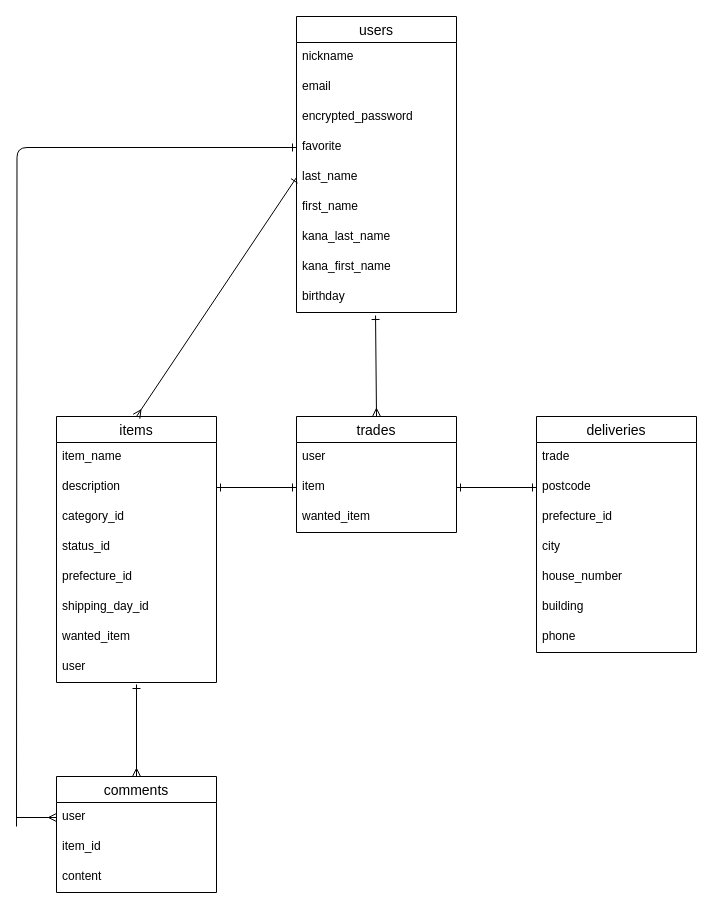
This is happy_trade.dio from umeskayame/happytrade, a draw.io file, before an edit. Source tidied: cells renumbered, new cells numbered last; positions are measured from the earlier drawing's top-left corner, leaving out a move shared by most shapes. Both pictures are drawn from the tidied source at 100%, with x=0, y=0 at pixel (16, 16).
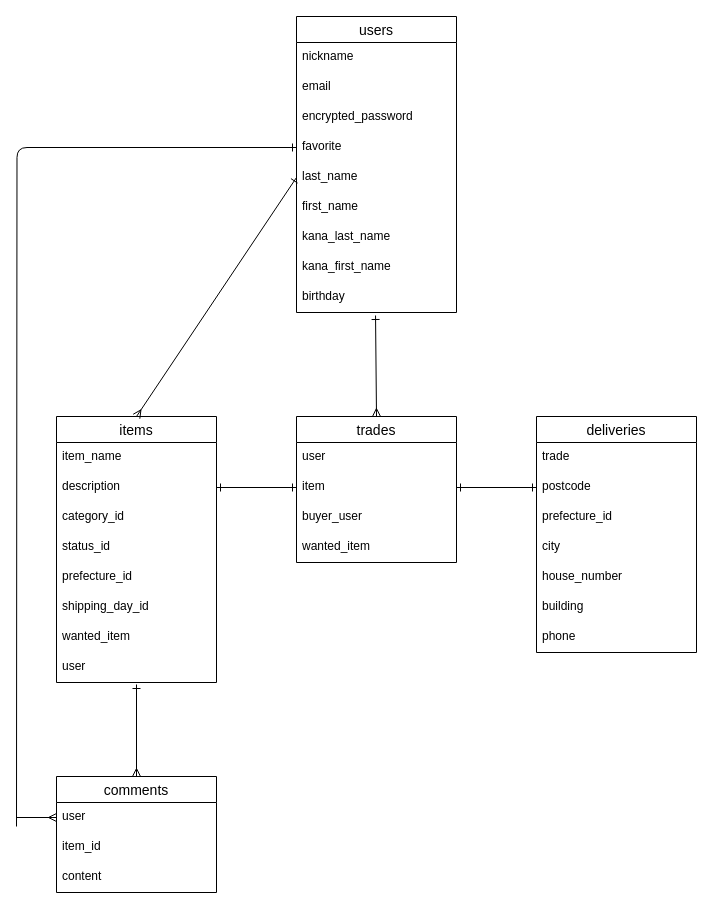
The same diagram, later.

The edit, as a diff of the source:
```diff
@@
     <mxCell id="22" value="trades" style="swimlane;fontStyle=0;horizontal=1;startSize=26;align=center;fontSize=14;" parent="1" vertex="1">
-      <mxGeometry x="280" y="400" width="160" height="116" as="geometry" />
+      <mxGeometry x="280" y="400" width="160" height="146" as="geometry" />
     </mxCell>
@@
+    <mxCell id="44" value="buyer_user" style="text;strokeColor=none;fillColor=none;spacingLeft=4;spacingRight=4;overflow=hidden;fontSize=12;" parent="22" vertex="1">
+      <mxGeometry y="86" width="160" height="30" as="geometry" />
+    </mxCell>
     <mxCell id="25" value="wanted_item" style="text;strokeColor=none;fillColor=none;spacingLeft=4;spacingRight=4;overflow=hidden;fontSize=12;" parent="22" vertex="1">
-      <mxGeometry y="86" width="160" height="30" as="geometry" />
+      <mxGeometry y="116" width="160" height="30" as="geometry" />
     </mxCell>
```
